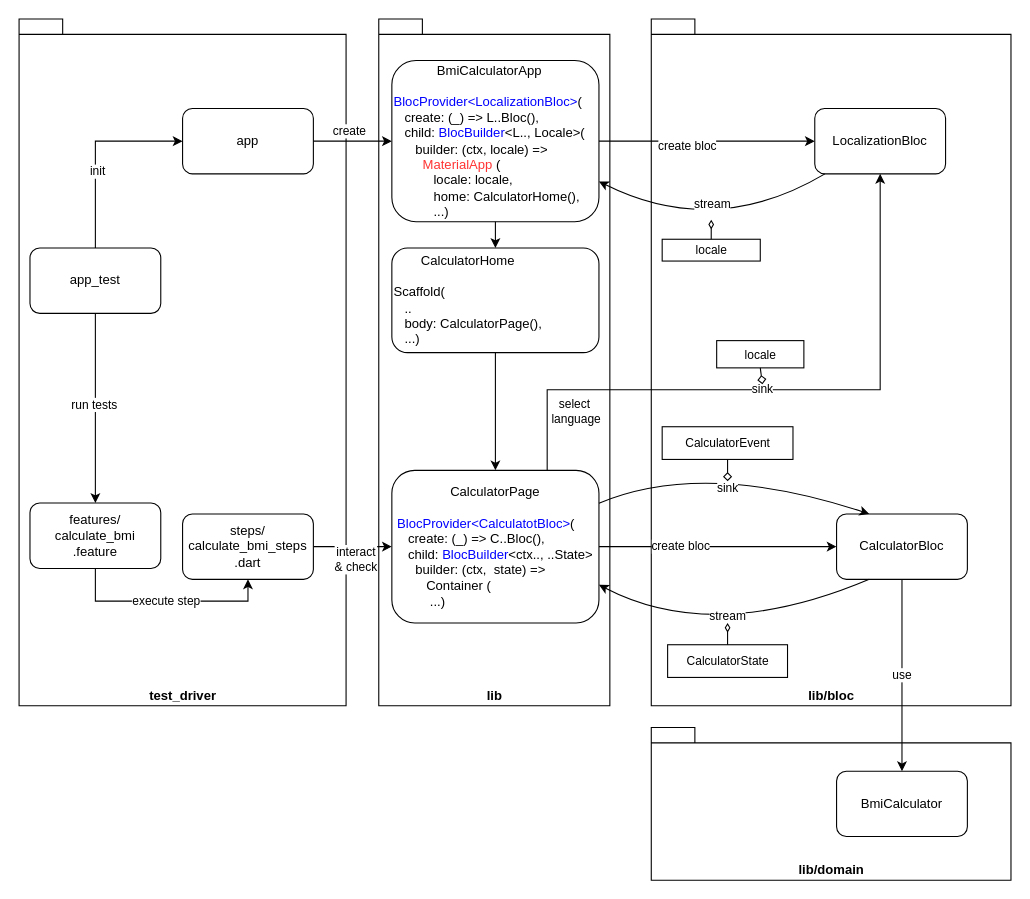
nikkijuk/bmi-calculator-app keeps this draw.io diagram as diagrams/calculator-app-gherkin-test.drawio. Above is the earlier version. Source tidied: cells renumbered, new cells numbered last; positions are measured from the earlier drawing's top-left corner, leaving out a move shared by most shapes. Both pictures are drawn from the tidied source at 109%, with x=0, y=0 at pixel (19, 19).
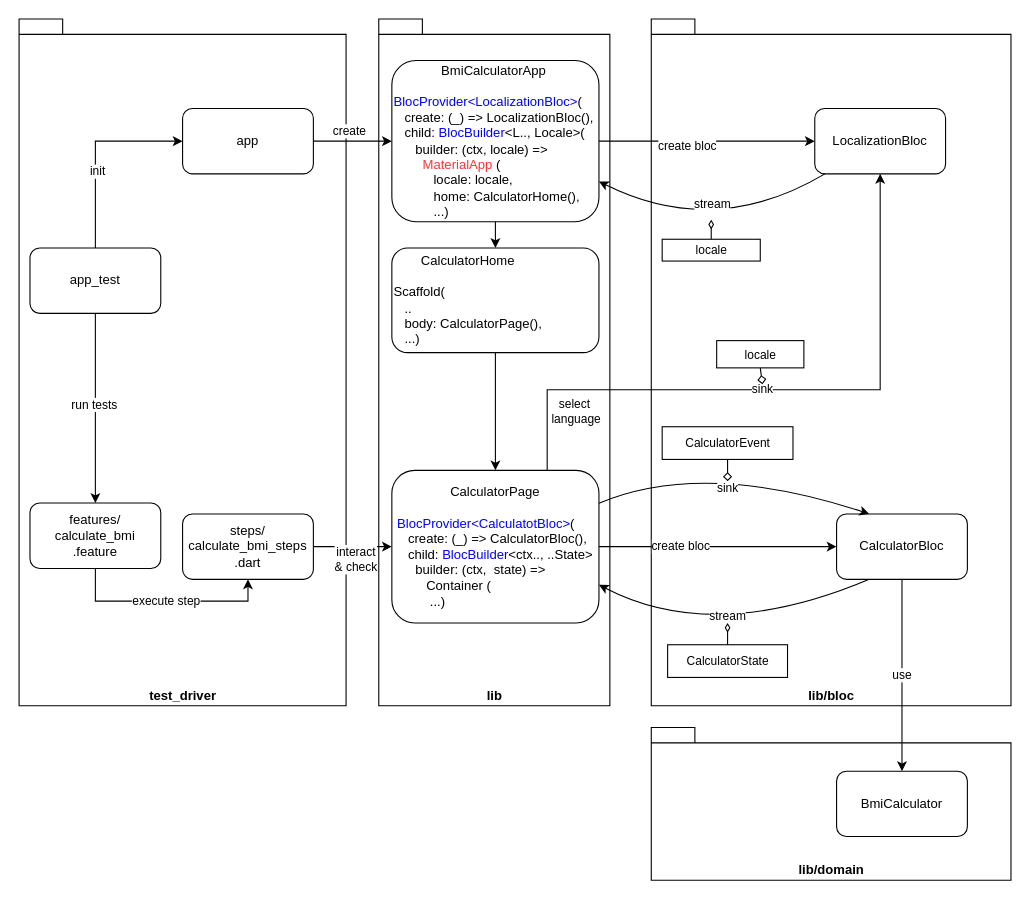
After the change.

Change to the diagram source:
```diff
@@
-    <mxCell id="8" value="&lt;div&gt;&lt;span&gt;CalculatorPage&lt;/span&gt;&lt;/div&gt;&lt;div style=&quot;text-align: left&quot;&gt;&lt;br&gt;&lt;/div&gt;&lt;div style=&quot;text-align: left&quot;&gt;&lt;font color=&quot;#0000ff&quot;&gt;BlocProvider&amp;lt;CalculatotBloc&amp;gt;&lt;/font&gt;(&lt;/div&gt;&lt;div style=&quot;text-align: left&quot;&gt;&amp;nbsp; &amp;nbsp;create: (_) =&amp;gt; C..Bloc(),&lt;br&gt;&lt;/div&gt;&lt;div style=&quot;text-align: left&quot;&gt;&lt;span&gt;&amp;nbsp; &amp;nbsp;child:&amp;nbsp;&lt;/span&gt;&lt;font color=&quot;#0000ff&quot;&gt;BlocBuilder&lt;/font&gt;&amp;lt;ctx.., ..State&amp;gt;&lt;/div&gt;&lt;div style=&quot;text-align: left&quot;&gt;&amp;nbsp; &amp;nbsp; &amp;nbsp;builder: (ctx,&amp;nbsp; state) =&amp;gt;&lt;/div&gt;&lt;div style=&quot;text-align: left&quot;&gt;&amp;nbsp; &amp;nbsp; &amp;nbsp; &amp;nbsp; Container (&lt;/div&gt;&lt;div style=&quot;text-align: left&quot;&gt;&lt;span&gt;&amp;nbsp; &amp;nbsp; &amp;nbsp; &amp;nbsp; &amp;nbsp;...)&lt;/span&gt;&lt;br&gt;&lt;/div&gt;" style="rounded=1;whiteSpace=wrap;html=1;" parent="1" vertex="1">
+    <mxCell id="8" value="&lt;div&gt;&lt;span&gt;CalculatorPage&lt;/span&gt;&lt;/div&gt;&lt;div style=&quot;text-align: left&quot;&gt;&lt;br&gt;&lt;/div&gt;&lt;div style=&quot;text-align: left&quot;&gt;&lt;font color=&quot;#0000ff&quot;&gt;BlocProvider&amp;lt;CalculatotBloc&amp;gt;&lt;/font&gt;(&lt;/div&gt;&lt;div style=&quot;text-align: left&quot;&gt;&amp;nbsp; &amp;nbsp;create: (_) =&amp;gt; CalculatorBloc(),&lt;br&gt;&lt;/div&gt;&lt;div style=&quot;text-align: left&quot;&gt;&lt;span&gt;&amp;nbsp; &amp;nbsp;child:&amp;nbsp;&lt;/span&gt;&lt;font color=&quot;#0000ff&quot;&gt;BlocBuilder&lt;/font&gt;&amp;lt;ctx.., ..State&amp;gt;&lt;/div&gt;&lt;div style=&quot;text-align: left&quot;&gt;&amp;nbsp; &amp;nbsp; &amp;nbsp;builder: (ctx,&amp;nbsp; state) =&amp;gt;&lt;/div&gt;&lt;div style=&quot;text-align: left&quot;&gt;&amp;nbsp; &amp;nbsp; &amp;nbsp; &amp;nbsp; Container (&lt;/div&gt;&lt;div style=&quot;text-align: left&quot;&gt;&lt;span&gt;&amp;nbsp; &amp;nbsp; &amp;nbsp; &amp;nbsp; &amp;nbsp;...)&lt;/span&gt;&lt;br&gt;&lt;/div&gt;" style="rounded=1;whiteSpace=wrap;html=1;" parent="1" vertex="1">
       <mxGeometry x="342" y="414" width="190" height="140" as="geometry" />
     </mxCell>
@@
-    <mxCell id="26" value="&lt;div style=&quot;text-align: center&quot;&gt;BmiCalculatorApp&lt;/div&gt;&lt;div&gt;&lt;br&gt;&lt;font color=&quot;#0000ff&quot;&gt;BlocProvider&amp;lt;LocalizationBloc&amp;gt;&lt;/font&gt;(&lt;/div&gt;&lt;div&gt;&amp;nbsp; &amp;nbsp;create: (_) =&amp;gt; L..Bloc(),&lt;br&gt;&amp;nbsp; &amp;nbsp;child:&amp;nbsp;&lt;font color=&quot;#0000ff&quot;&gt;BlocBuilder&lt;/font&gt;&amp;lt;L.., Locale&amp;gt;(&lt;/div&gt;&lt;div&gt;&amp;nbsp; &amp;nbsp; &amp;nbsp; builder: (ctx, locale) =&amp;gt;&lt;/div&gt;&lt;div&gt;&amp;nbsp; &amp;nbsp; &amp;nbsp; &amp;nbsp; &lt;font color=&quot;#ff3333&quot;&gt;MaterialApp&lt;/font&gt; (&lt;/div&gt;&lt;div&gt;&amp;nbsp; &amp;nbsp; &amp;nbsp; &amp;nbsp; &amp;nbsp; &amp;nbsp;locale: locale,&lt;/div&gt;&lt;div&gt;&amp;nbsp; &amp;nbsp; &amp;nbsp; &amp;nbsp; &amp;nbsp; &amp;nbsp;home: CalculatorHome(),&lt;/div&gt;&lt;div&gt;&amp;nbsp; &amp;nbsp; &amp;nbsp; &amp;nbsp; &amp;nbsp; &amp;nbsp;...)&lt;/div&gt;" style="rounded=1;whiteSpace=wrap;html=1;align=left;" parent="1" vertex="1">
+    <mxCell id="26" value="&lt;div style=&quot;text-align: center&quot;&gt;BmiCalculatorApp&lt;/div&gt;&lt;div&gt;&lt;br&gt;&lt;font color=&quot;#0000ff&quot;&gt;BlocProvider&amp;lt;LocalizationBloc&amp;gt;&lt;/font&gt;(&lt;/div&gt;&lt;div&gt;&amp;nbsp; &amp;nbsp;create: (_) =&amp;gt; LocalizationBloc(),&lt;br&gt;&amp;nbsp; &amp;nbsp;child:&amp;nbsp;&lt;font color=&quot;#0000ff&quot;&gt;BlocBuilder&lt;/font&gt;&amp;lt;L.., Locale&amp;gt;(&lt;/div&gt;&lt;div&gt;&amp;nbsp; &amp;nbsp; &amp;nbsp; builder: (ctx, locale) =&amp;gt;&lt;/div&gt;&lt;div&gt;&amp;nbsp; &amp;nbsp; &amp;nbsp; &amp;nbsp; &lt;font color=&quot;#ff3333&quot;&gt;MaterialApp&lt;/font&gt; (&lt;/div&gt;&lt;div&gt;&amp;nbsp; &amp;nbsp; &amp;nbsp; &amp;nbsp; &amp;nbsp; &amp;nbsp;locale: locale,&lt;/div&gt;&lt;div&gt;&amp;nbsp; &amp;nbsp; &amp;nbsp; &amp;nbsp; &amp;nbsp; &amp;nbsp;home: CalculatorHome(),&lt;/div&gt;&lt;div&gt;&amp;nbsp; &amp;nbsp; &amp;nbsp; &amp;nbsp; &amp;nbsp; &amp;nbsp;...)&lt;/div&gt;" style="rounded=1;whiteSpace=wrap;html=1;align=left;" parent="1" vertex="1">
       <mxGeometry x="342" y="38" width="190" height="148" as="geometry" />
     </mxCell>
```
